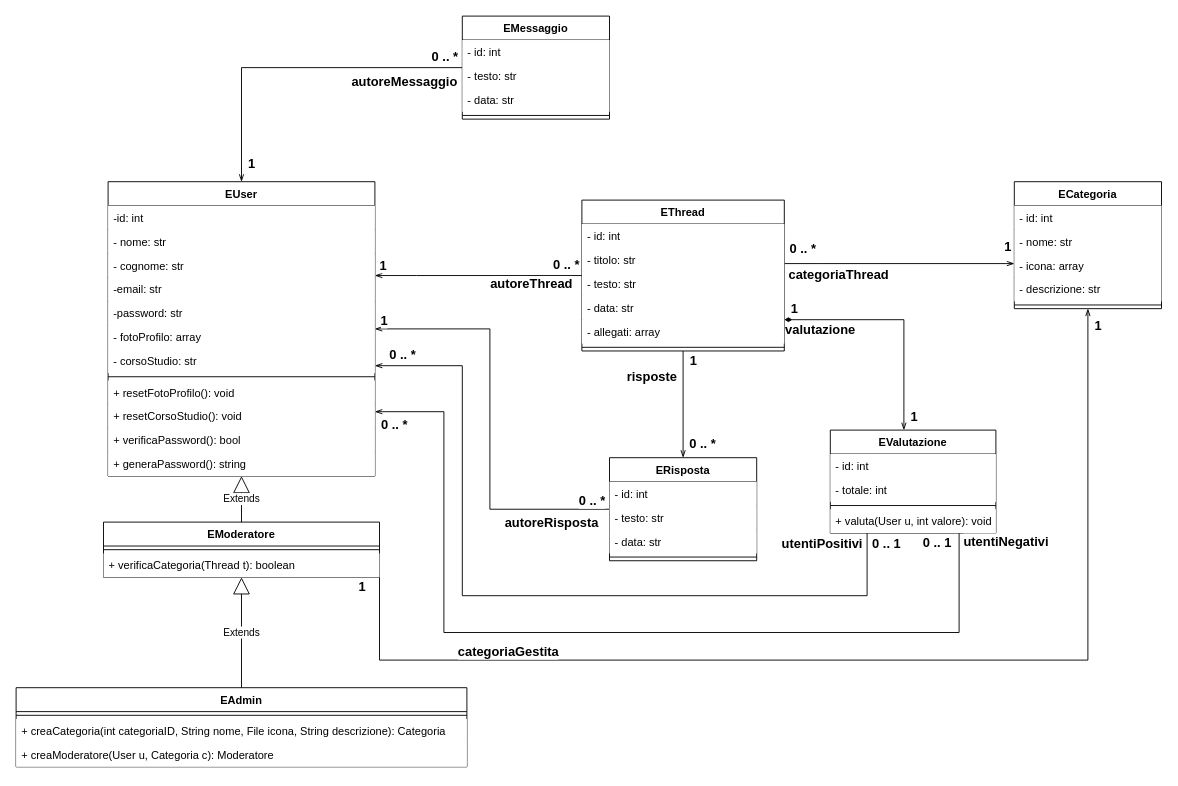
EdoPan/UniChat keeps this draw.io diagram as Diagrammi/UML.drawio. Above is the earlier version. Source tidied: cells renumbered, new cells numbered last; positions are measured from the earlier drawing's top-left corner, leaving out a move shared by most shapes. Both pictures are drawn from the tidied source at 92%, with x=0, y=0 at pixel (16, 16).
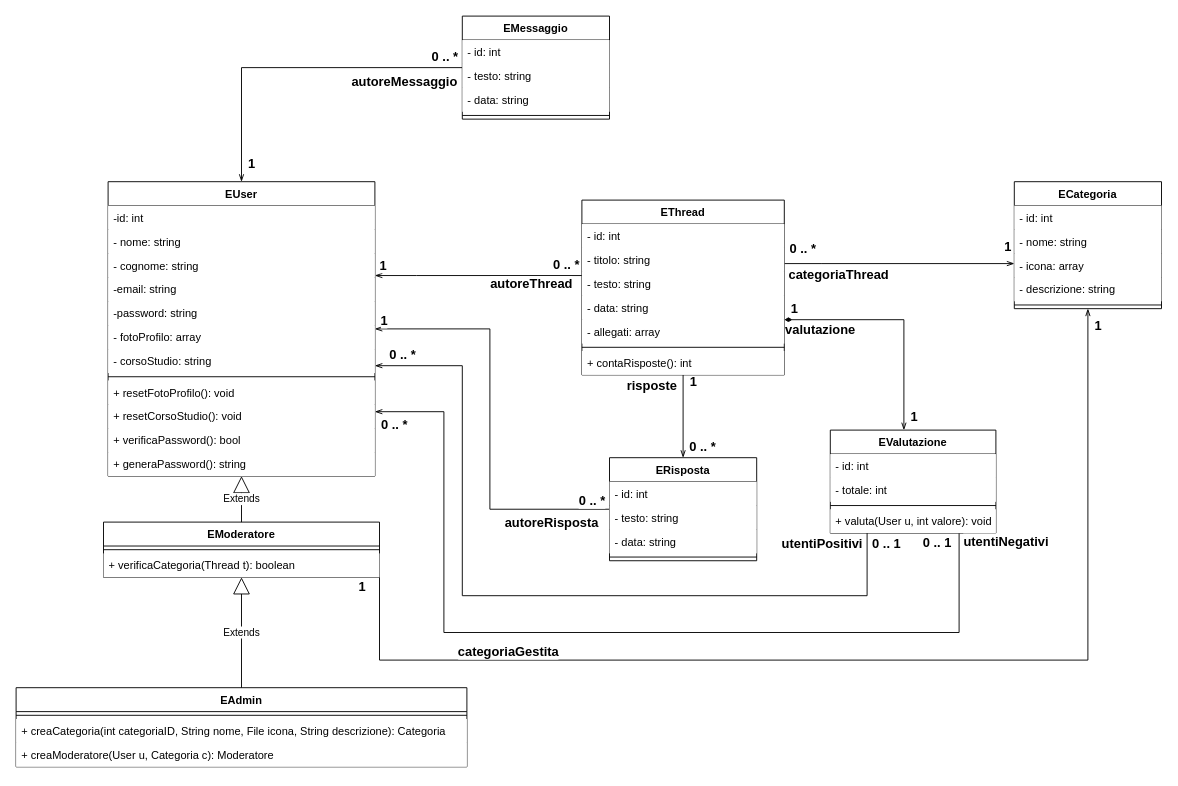
The same page after the edit.

Commit message (it also covers changes not shown here):
Aggiornamento grafici.

Unchanged cells that the change refers to:
```xml
<mxCell id="2" value="EUser" style="swimlane;fontStyle=1;align=center;verticalAlign=top;horizontal=1;startSize=26;" parent="1" vertex="1">
  <mxGeometry x="100" y="180" width="290" height="320" as="geometry" />
</mxCell>
<mxCell id="19" value="EMessaggio" style="swimlane;fontStyle=1;align=center;verticalAlign=top;horizontal=1;startSize=26;" parent="1" vertex="1">
  <mxGeometry x="485" width="160" height="112" as="geometry" />
</mxCell>
<mxCell id="47" value="ECategoria" style="swimlane;fontStyle=1;align=center;verticalAlign=top;horizontal=1;startSize=26;" parent="1" vertex="1">
  <mxGeometry x="1085" y="180" width="160" height="138" as="geometry" />
</mxCell>
<mxCell id="63" value="ERisposta" style="swimlane;fontStyle=1;align=center;verticalAlign=top;horizontal=1;startSize=26;" parent="1" vertex="1">
  <mxGeometry x="645" y="480" width="160" height="112" as="geometry" />
</mxCell>
```

Diff of the diagram source:
```diff
@@
-    <mxCell id="4" value="- nome: str" style="text;align=left;verticalAlign=top;spacingLeft=4;spacingRight=4;overflow=hidden;fillColor=#FFFFFF;" parent="2" vertex="1">
+    <mxCell id="4" value="- nome: string" style="text;align=left;verticalAlign=top;spacingLeft=4;spacingRight=4;overflow=hidden;fillColor=#FFFFFF;" parent="2" vertex="1">
       <mxGeometry y="52" width="290" height="26" as="geometry" />
     </mxCell>
-    <mxCell id="5" value="- cognome: str" style="text;align=left;verticalAlign=top;spacingLeft=4;spacingRight=4;overflow=hidden;fillColor=#FFFFFF;" parent="2" vertex="1">
+    <mxCell id="5" value="- cognome: string" style="text;align=left;verticalAlign=top;spacingLeft=4;spacingRight=4;overflow=hidden;fillColor=#FFFFFF;" parent="2" vertex="1">
       <mxGeometry y="78" width="290" height="26" as="geometry" />
     </mxCell>
-    <mxCell id="6" value="-email: str" style="text;align=left;verticalAlign=top;spacingLeft=4;spacingRight=4;overflow=hidden;fillColor=#FFFFFF;" parent="2" vertex="1">
+    <mxCell id="6" value="-email: string" style="text;align=left;verticalAlign=top;spacingLeft=4;spacingRight=4;overflow=hidden;fillColor=#FFFFFF;" parent="2" vertex="1">
       <mxGeometry y="104" width="290" height="26" as="geometry" />
     </mxCell>
-    <mxCell id="7" value="-password: str" style="text;align=left;verticalAlign=top;spacingLeft=4;spacingRight=4;overflow=hidden;fillColor=#FFFFFF;" parent="2" vertex="1">
+    <mxCell id="7" value="-password: string" style="text;align=left;verticalAlign=top;spacingLeft=4;spacingRight=4;overflow=hidden;fillColor=#FFFFFF;" parent="2" vertex="1">
       <mxGeometry y="130" width="290" height="26" as="geometry" />
     </mxCell>
@@
-    <mxCell id="9" value="- corsoStudio: str" style="text;align=left;verticalAlign=top;spacingLeft=4;spacingRight=4;overflow=hidden;fillColor=#FFFFFF;" parent="2" vertex="1">
+    <mxCell id="9" value="- corsoStudio: string" style="text;align=left;verticalAlign=top;spacingLeft=4;spacingRight=4;overflow=hidden;fillColor=#FFFFFF;" parent="2" vertex="1">
       <mxGeometry y="182" width="290" height="26" as="geometry" />
     </mxCell>
@@
-    <mxCell id="21" value="- testo: str" style="text;align=left;verticalAlign=top;spacingLeft=4;spacingRight=4;overflow=hidden;fillColor=#FFFFFF;" parent="19" vertex="1">
+    <mxCell id="21" value="- testo: string" style="text;align=left;verticalAlign=top;spacingLeft=4;spacingRight=4;overflow=hidden;fillColor=#FFFFFF;" parent="19" vertex="1">
       <mxGeometry y="52" width="160" height="26" as="geometry" />
     </mxCell>
-    <mxCell id="22" value="- data: str" style="text;align=left;verticalAlign=top;spacingLeft=4;spacingRight=4;overflow=hidden;fillColor=#FFFFFF;" parent="19" vertex="1">
+    <mxCell id="22" value="- data: string" style="text;align=left;verticalAlign=top;spacingLeft=4;spacingRight=4;overflow=hidden;fillColor=#FFFFFF;" parent="19" vertex="1">
       <mxGeometry y="78" width="160" height="26" as="geometry" />
     </mxCell>
@@
     <mxCell id="40" value="EThread" style="swimlane;fontStyle=1;align=center;verticalAlign=top;horizontal=1;startSize=26;" parent="1" vertex="1">
-      <mxGeometry x="615" y="200" width="220" height="164" as="geometry" />
+      <mxGeometry x="615" y="200" width="220" height="190" as="geometry" />
     </mxCell>
@@
-    <mxCell id="42" value="- titolo: str" style="text;align=left;verticalAlign=top;spacingLeft=4;spacingRight=4;overflow=hidden;fillColor=#FFFFFF;" parent="40" vertex="1">
+    <mxCell id="42" value="- titolo: string" style="text;align=left;verticalAlign=top;spacingLeft=4;spacingRight=4;overflow=hidden;fillColor=#FFFFFF;" parent="40" vertex="1">
       <mxGeometry y="52" width="220" height="26" as="geometry" />
     </mxCell>
-    <mxCell id="43" value="- testo: str" style="text;align=left;verticalAlign=top;spacingLeft=4;spacingRight=4;overflow=hidden;fillColor=#FFFFFF;" parent="40" vertex="1">
+    <mxCell id="43" value="- testo: string" style="text;align=left;verticalAlign=top;spacingLeft=4;spacingRight=4;overflow=hidden;fillColor=#FFFFFF;" parent="40" vertex="1">
       <mxGeometry y="78" width="220" height="26" as="geometry" />
     </mxCell>
-    <mxCell id="44" value="- data: str" style="text;align=left;verticalAlign=top;spacingLeft=4;spacingRight=4;overflow=hidden;fillColor=#FFFFFF;" parent="40" vertex="1">
+    <mxCell id="44" value="- data: string" style="text;align=left;verticalAlign=top;spacingLeft=4;spacingRight=4;overflow=hidden;fillColor=#FFFFFF;" parent="40" vertex="1">
       <mxGeometry y="104" width="220" height="26" as="geometry" />
     </mxCell>
@@
+    <mxCell id="88" value="+ contaRisposte(): int" style="text;align=left;verticalAlign=top;spacingLeft=4;spacingRight=4;overflow=hidden;fillColor=#FFFFFF;" parent="40" vertex="1">
+      <mxGeometry y="164" width="220" height="26" as="geometry" />
+    </mxCell>
@@
-    <mxCell id="49" value="- nome: str" style="text;align=left;verticalAlign=top;spacingLeft=4;spacingRight=4;overflow=hidden;fillColor=#FFFFFF;" parent="47" vertex="1">
+    <mxCell id="49" value="- nome: string" style="text;align=left;verticalAlign=top;spacingLeft=4;spacingRight=4;overflow=hidden;fillColor=#FFFFFF;" parent="47" vertex="1">
       <mxGeometry y="52" width="160" height="26" as="geometry" />
     </mxCell>
@@
-    <mxCell id="51" value="- descrizione: str" style="text;align=left;verticalAlign=top;spacingLeft=4;spacingRight=4;overflow=hidden;fillColor=#FFFFFF;" parent="47" vertex="1">
+    <mxCell id="51" value="- descrizione: string" style="text;align=left;verticalAlign=top;spacingLeft=4;spacingRight=4;overflow=hidden;fillColor=#FFFFFF;" parent="47" vertex="1">
       <mxGeometry y="104" width="160" height="26" as="geometry" />
     </mxCell>
@@
-    <mxCell id="65" value="- testo: str" style="text;align=left;verticalAlign=top;spacingLeft=4;spacingRight=4;overflow=hidden;fillColor=#FFFFFF;" parent="63" vertex="1">
+    <mxCell id="65" value="- testo: string" style="text;align=left;verticalAlign=top;spacingLeft=4;spacingRight=4;overflow=hidden;fillColor=#FFFFFF;" parent="63" vertex="1">
       <mxGeometry y="52" width="160" height="26" as="geometry" />
     </mxCell>
-    <mxCell id="66" value="- data: str" style="text;align=left;verticalAlign=top;spacingLeft=4;spacingRight=4;overflow=hidden;fillColor=#FFFFFF;" parent="63" vertex="1">
+    <mxCell id="66" value="- data: string" style="text;align=left;verticalAlign=top;spacingLeft=4;spacingRight=4;overflow=hidden;fillColor=#FFFFFF;" parent="63" vertex="1">
       <mxGeometry y="78" width="160" height="26" as="geometry" />
     </mxCell>
```
